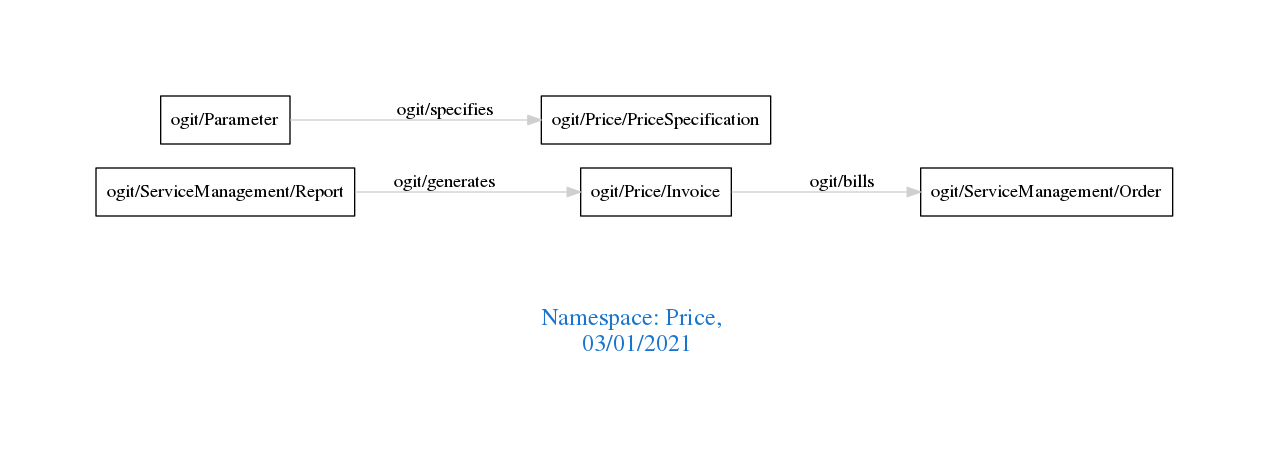
Before: downloads/Price.png, a diagram exported from Graphviz (arago/OGIT). Its source is kept beside it as downloads/Price.dot. The source it was exported from:
```dot
digraph OGIT_ontology {
 graph [ rankdir= LR,pad=1
fontsize = 18,
fontcolor= dodgerblue3,label = "\n\n\nNamespace: Price, \n 03/01/2021"];
node[shape=polygon];
edge [  color="gray81"];

   "ogit/Price/Invoice" -> "ogit/ServiceManagement/Order" [label="   ogit/bills    "];
   "ogit/ServiceManagement/Report" -> "ogit/Price/Invoice" [label="   ogit/generates    "];
   "ogit/Parameter" -> "ogit/Price/PriceSpecification" [label="   ogit/specifies    "];
}
```
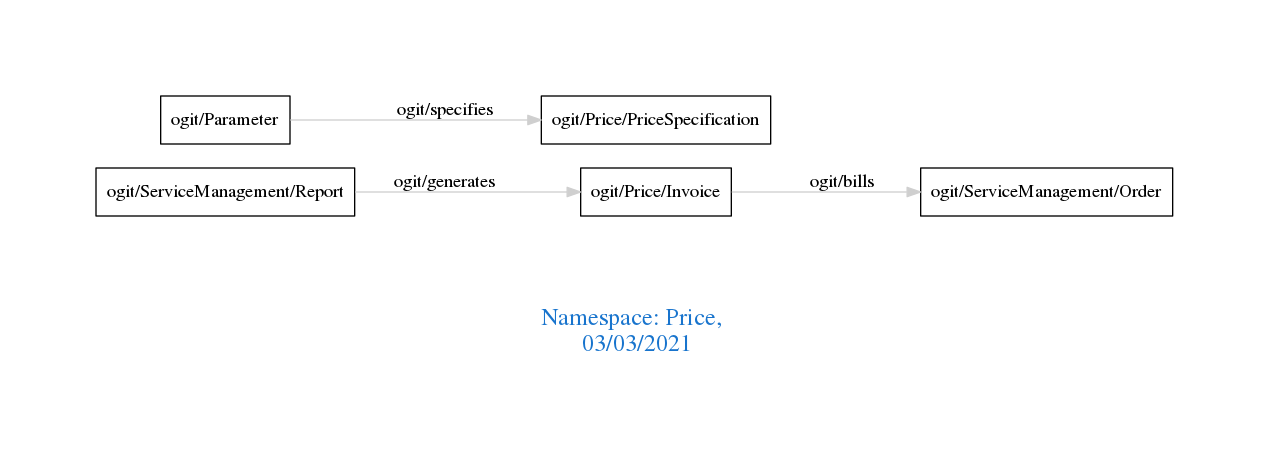
The same diagram one commit later.

What changed in the source:
```diff
@@ -1,7 +1,7 @@
 digraph OGIT_ontology {
  graph [ rankdir= LR,pad=1
 fontsize = 18,
-fontcolor= dodgerblue3,label = "\n\n\nNamespace: Price, \n 03/01/2021"];
+fontcolor= dodgerblue3,label = "\n\n\nNamespace: Price, \n 03/03/2021"];
 node[shape=polygon];
 edge [  color="gray81"];
 
```
